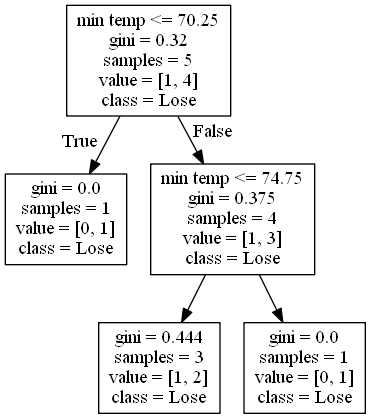
Above: DecisionTrees/Pac-12decision_tree_no_score_or_attendance4.png in alexana-steck/CSE482Project (Graphviz), before the change. Its source is kept beside it as DecisionTrees/Pac-12decision_tree_no_score_or_attendance4.dot. Source of this version:
```dot
digraph Tree {
node [shape=box] ;
0 [label="min temp <= 70.25\ngini = 0.32\nsamples = 5\nvalue = [1, 4]\nclass = Lose"] ;
1 [label="gini = 0.0\nsamples = 1\nvalue = [0, 1]\nclass = Lose"] ;
0 -> 1 [labeldistance=2.5, labelangle=45, headlabel="True"] ;
2 [label="min temp <= 74.75\ngini = 0.375\nsamples = 4\nvalue = [1, 3]\nclass = Lose"] ;
0 -> 2 [labeldistance=2.5, labelangle=-45, headlabel="False"] ;
3 [label="gini = 0.444\nsamples = 3\nvalue = [1, 2]\nclass = Lose"] ;
2 -> 3 ;
4 [label="gini = 0.0\nsamples = 1\nvalue = [0, 1]\nclass = Lose"] ;
2 -> 4 ;
}
```
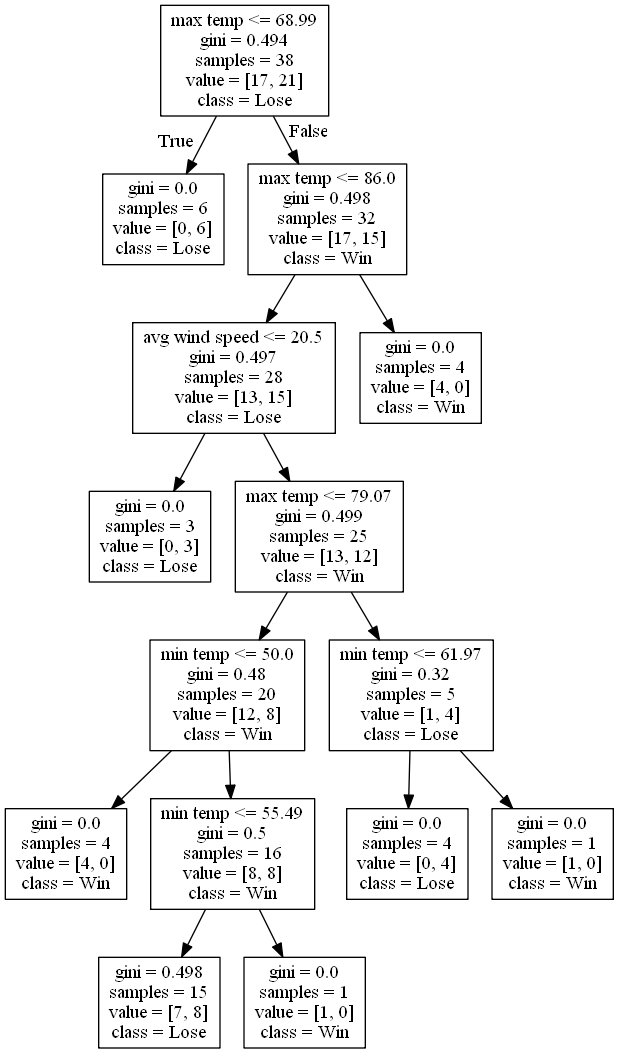
The same file after the commit.

What changed in the source:
```diff
@@ -1,12 +1,32 @@
 digraph Tree {
 node [shape=box] ;
-0 [label="min temp <= 70.25\ngini = 0.32\nsamples = 5\nvalue = [1, 4]\nclass = Lose"] ;
-1 [label="gini = 0.0\nsamples = 1\nvalue = [0, 1]\nclass = Lose"] ;
+0 [label="max temp <= 68.99\ngini = 0.494\nsamples = 38\nvalue = [17, 21]\nclass = Lose"] ;
+1 [label="gini = 0.0\nsamples = 6\nvalue = [0, 6]\nclass = Lose"] ;
 0 -> 1 [labeldistance=2.5, labelangle=45, headlabel="True"] ;
-2 [label="min temp <= 74.75\ngini = 0.375\nsamples = 4\nvalue = [1, 3]\nclass = Lose"] ;
+2 [label="max temp <= 86.0\ngini = 0.498\nsamples = 32\nvalue = [17, 15]\nclass = Win"] ;
 0 -> 2 [labeldistance=2.5, labelangle=-45, headlabel="False"] ;
-3 [label="gini = 0.444\nsamples = 3\nvalue = [1, 2]\nclass = Lose"] ;
+3 [label="avg wind speed <= 20.5\ngini = 0.497\nsamples = 28\nvalue = [13, 15]\nclass = Lose"] ;
 2 -> 3 ;
-4 [label="gini = 0.0\nsamples = 1\nvalue = [0, 1]\nclass = Lose"] ;
-2 -> 4 ;
+4 [label="gini = 0.0\nsamples = 3\nvalue = [0, 3]\nclass = Lose"] ;
+3 -> 4 ;
+5 [label="max temp <= 79.07\ngini = 0.499\nsamples = 25\nvalue = [13, 12]\nclass = Win"] ;
+3 -> 5 ;
+6 [label="min temp <= 50.0\ngini = 0.48\nsamples = 20\nvalue = [12, 8]\nclass = Win"] ;
+5 -> 6 ;
+7 [label="gini = 0.0\nsamples = 4\nvalue = [4, 0]\nclass = Win"] ;
+6 -> 7 ;
+8 [label="min temp <= 55.49\ngini = 0.5\nsamples = 16\nvalue = [8, 8]\nclass = Win"] ;
+6 -> 8 ;
+9 [label="gini = 0.498\nsamples = 15\nvalue = [7, 8]\nclass = Lose"] ;
+8 -> 9 ;
+10 [label="gini = 0.0\nsamples = 1\nvalue = [1, 0]\nclass = Win"] ;
+8 -> 10 ;
+11 [label="min temp <= 61.97\ngini = 0.32\nsamples = 5\nvalue = [1, 4]\nclass = Lose"] ;
+5 -> 11 ;
+12 [label="gini = 0.0\nsamples = 4\nvalue = [0, 4]\nclass = Lose"] ;
+11 -> 12 ;
+13 [label="gini = 0.0\nsamples = 1\nvalue = [1, 0]\nclass = Win"] ;
+11 -> 13 ;
+14 [label="gini = 0.0\nsamples = 4\nvalue = [4, 0]\nclass = Win"] ;
+2 -> 14 ;
 }
```
